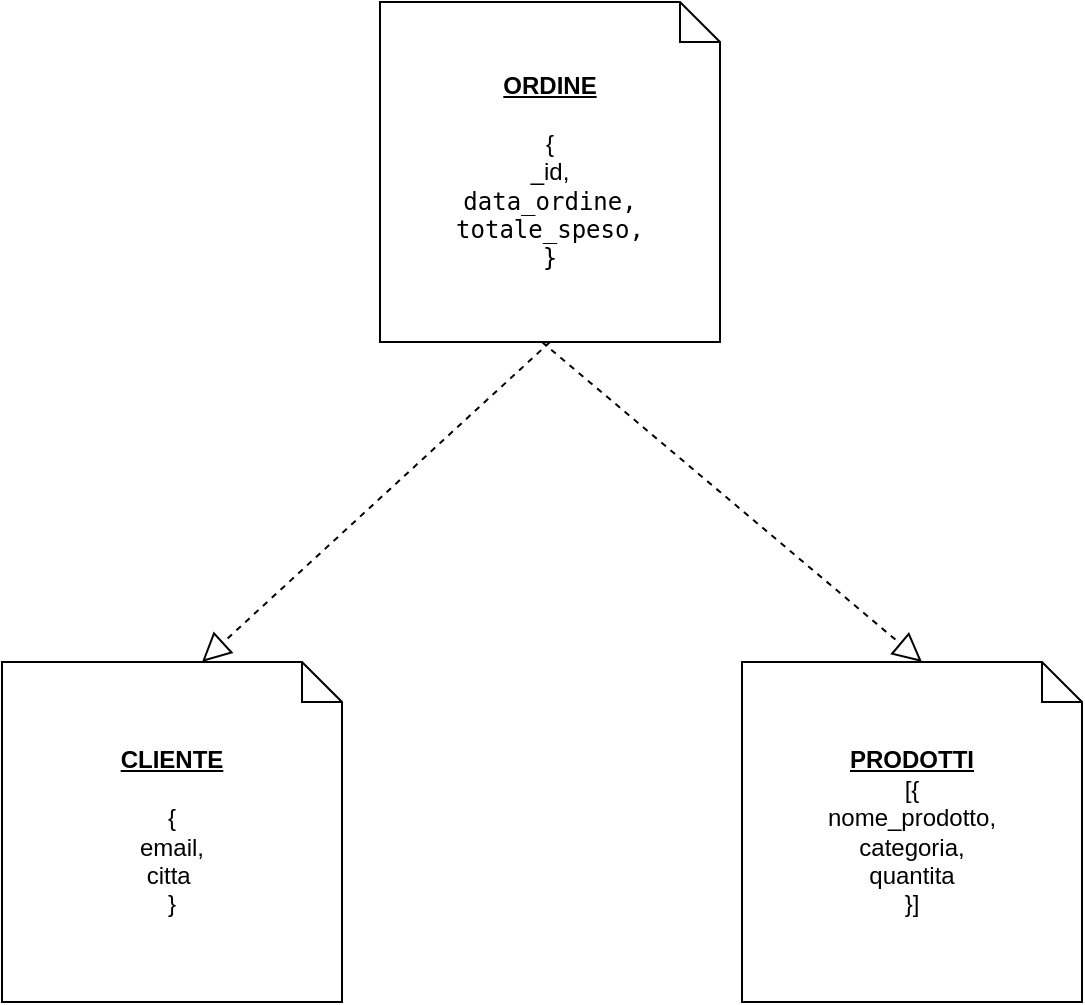
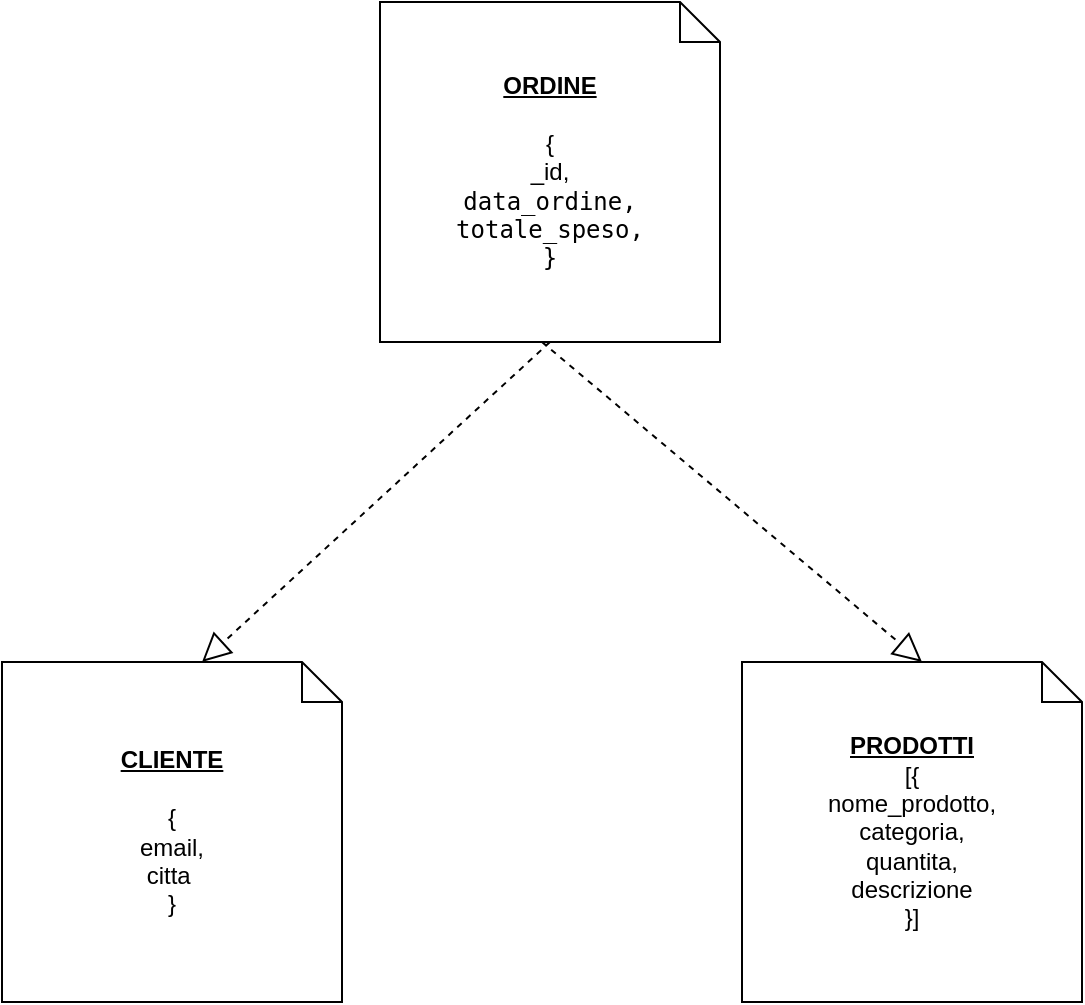
<mxfile host="app.diagrams.net">
  <diagram name="Pagina-1" id="6EaqovBtcRpzOxAn05-Q">
    <mxGraphModel dx="1414" dy="777" grid="1" gridSize="10" guides="1" tooltips="1" connect="1" arrows="1" fold="1" page="1" pageScale="1" pageWidth="827" pageHeight="1169" math="0" shadow="0">
      <root>
        <mxCell id="0" />
        <mxCell id="1" parent="0" />
        <mxCell id="82zR--h8pzNuqKG8yDV4-1" parent="1" style="shape=note;size=20;whiteSpace=wrap;html=1;fillColor=light-dark(#FFFFFF,#99FFFF);" value="&lt;font style=&quot;color: light-dark(rgb(0, 0, 0), rgb(3, 3, 3));&quot;&gt;&lt;b style=&quot;text-decoration-line: underline;&quot;&gt;ORDINE&lt;/b&gt;&lt;br&gt;&lt;br&gt;{&lt;br&gt;_id,&lt;br&gt;&lt;code data-path-to-node=&quot;6,0,1,1,0&quot; data-index-in-node=&quot;0&quot;&gt;data_ordine,&lt;br&gt;totale_speso,&lt;br&gt;}&lt;/code&gt;&lt;/font&gt;" vertex="1">
          <mxGeometry height="170" width="170" x="329" y="80" as="geometry" />
        </mxCell>
        <mxCell id="82zR--h8pzNuqKG8yDV4-3" edge="1" parent="1" source="82zR--h8pzNuqKG8yDV4-1" style="endArrow=block;dashed=1;endFill=0;endSize=12;html=1;rounded=0;exitX=0.5;exitY=1;exitDx=0;exitDy=0;exitPerimeter=0;" value="">
          <mxGeometry relative="1" width="160" as="geometry">
            <mxPoint x="330" y="190" as="sourcePoint" />
            <mxPoint x="240" y="410" as="targetPoint" />
          </mxGeometry>
        </mxCell>
        <mxCell id="82zR--h8pzNuqKG8yDV4-4" parent="1" style="shape=note;size=20;whiteSpace=wrap;html=1;fillColor=light-dark(#FFFFFF,#FF99FF);" value="&lt;font style=&quot;color: light-dark(rgb(0, 0, 0), rgb(3, 3, 3));&quot;&gt;&lt;b style=&quot;text-decoration-line: underline;&quot;&gt;CLIENTE&lt;/b&gt;&lt;br&gt;&lt;br&gt;{&lt;br&gt;email,&lt;br&gt;citta&amp;nbsp;&lt;br&gt;}&lt;/font&gt;" vertex="1">
          <mxGeometry height="170" width="170" x="140" y="410" as="geometry" />
        </mxCell>
        <mxCell id="82zR--h8pzNuqKG8yDV4-5" edge="1" parent="1" style="endArrow=block;dashed=1;endFill=0;endSize=12;html=1;rounded=0;" value="">
          <mxGeometry relative="1" width="160" as="geometry">
            <mxPoint x="410" y="250" as="sourcePoint" />
            <mxPoint x="600" y="410" as="targetPoint" />
          </mxGeometry>
        </mxCell>
-         <mxCell id="82zR--h8pzNuqKG8yDV4-6" parent="1" style="shape=note;size=20;whiteSpace=wrap;html=1;fillColor=light-dark(#FFFFFF,#FFD966);" value="&lt;font style=&quot;color: light-dark(rgb(0, 0, 0), rgb(3, 3, 3));&quot;&gt;&lt;b&gt;&lt;u&gt;PRODOTTI&lt;/u&gt;&lt;/b&gt;&lt;br&gt;[{&lt;br&gt;nome_prodotto,&lt;br&gt;categoria,&lt;br&gt;quantita&lt;br&gt;}]&lt;/font&gt;" vertex="1">
+         <mxCell id="82zR--h8pzNuqKG8yDV4-6" parent="1" style="shape=note;size=20;whiteSpace=wrap;html=1;fillColor=light-dark(#FFFFFF,#FFD966);" value="&lt;font style=&quot;color: light-dark(rgb(0, 0, 0), rgb(3, 3, 3));&quot;&gt;&lt;b&gt;&lt;u&gt;PRODOTTI&lt;/u&gt;&lt;/b&gt;&lt;br&gt;[{&lt;br&gt;nome_prodotto,&lt;br&gt;categoria,&lt;br&gt;quantita,&lt;br&gt;descrizione&lt;br&gt;}]&lt;/font&gt;" vertex="1">
          <mxGeometry height="170" width="170" x="510" y="410" as="geometry" />
        </mxCell>
      </root>
    </mxGraphModel>
  </diagram>
</mxfile>
